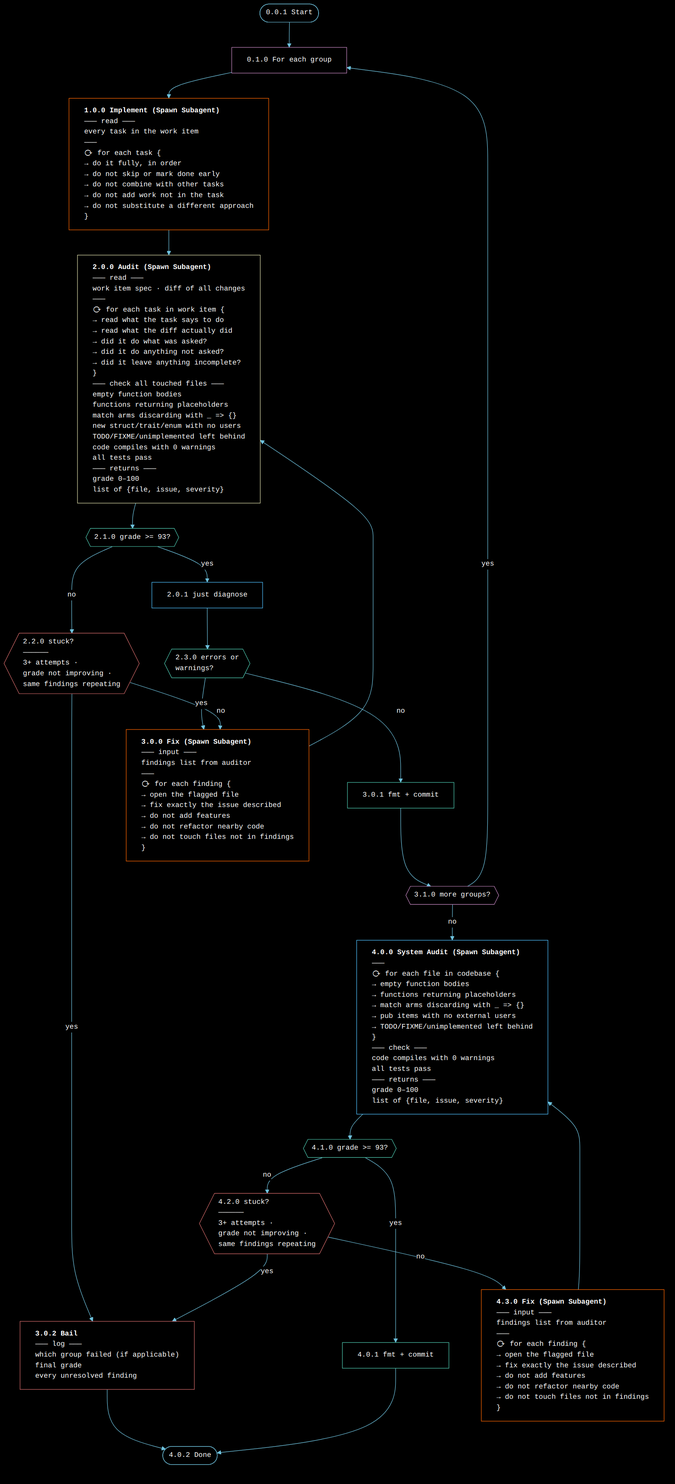
Above: WORKFLOW.png in Distortedlogic/lx (Mermaid), before the change. Its source is kept beside it as WORKFLOW.mmd.
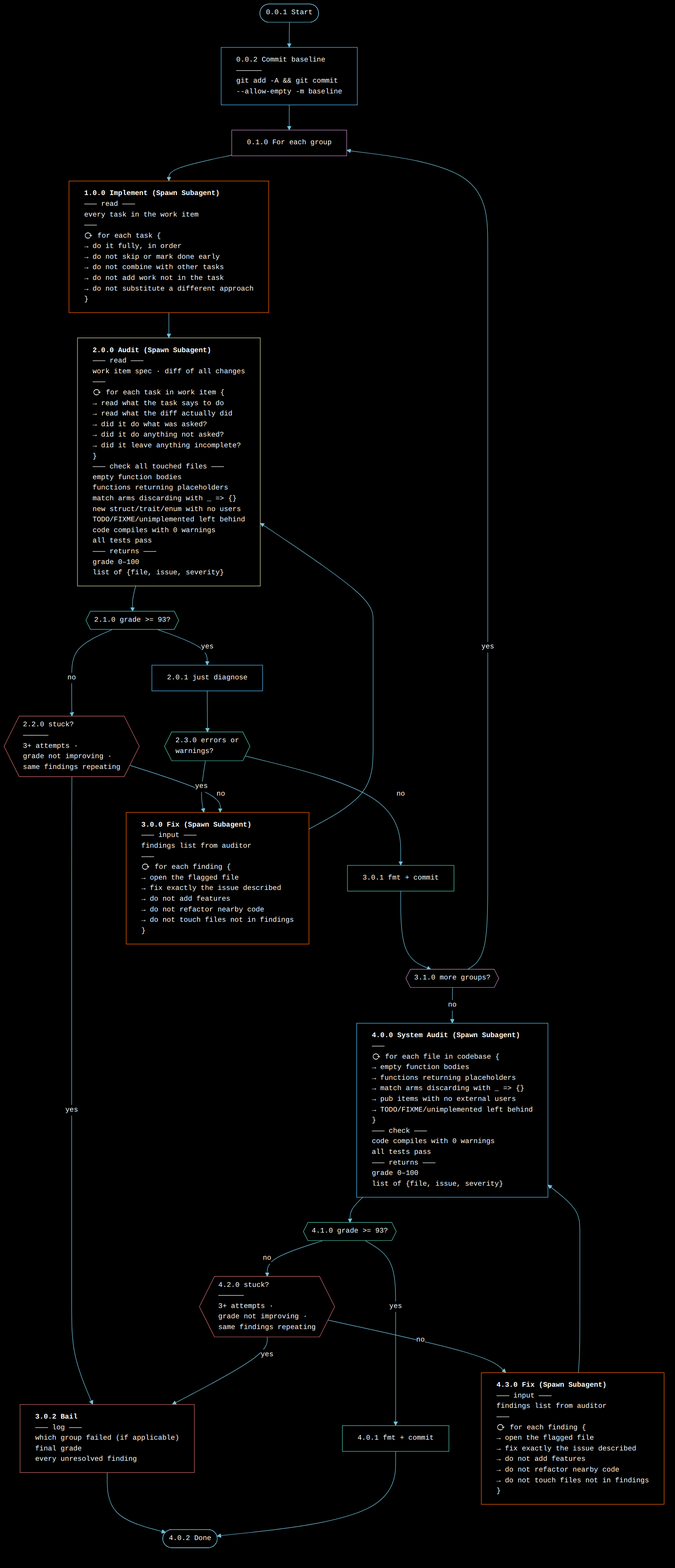
After the change.

The edit, as a diff of the source:
```diff
@@ -1,6 +1,7 @@
 graph TD
     start(["0.0.1 Start"]):::teal
-    start --> loop_start["0.1.0 For each group"]:::purple
+    start --> guardrail["0.0.2 Commit baseline\n——————\ngit add -A && git commit\n--allow-empty -m baseline"]:::cyan
+    guardrail --> loop_start["0.1.0 For each group"]:::purple
 
     loop_start --> implement["`**1.0.0 Implement (Spawn Subagent)**
 ——— read ———
```
